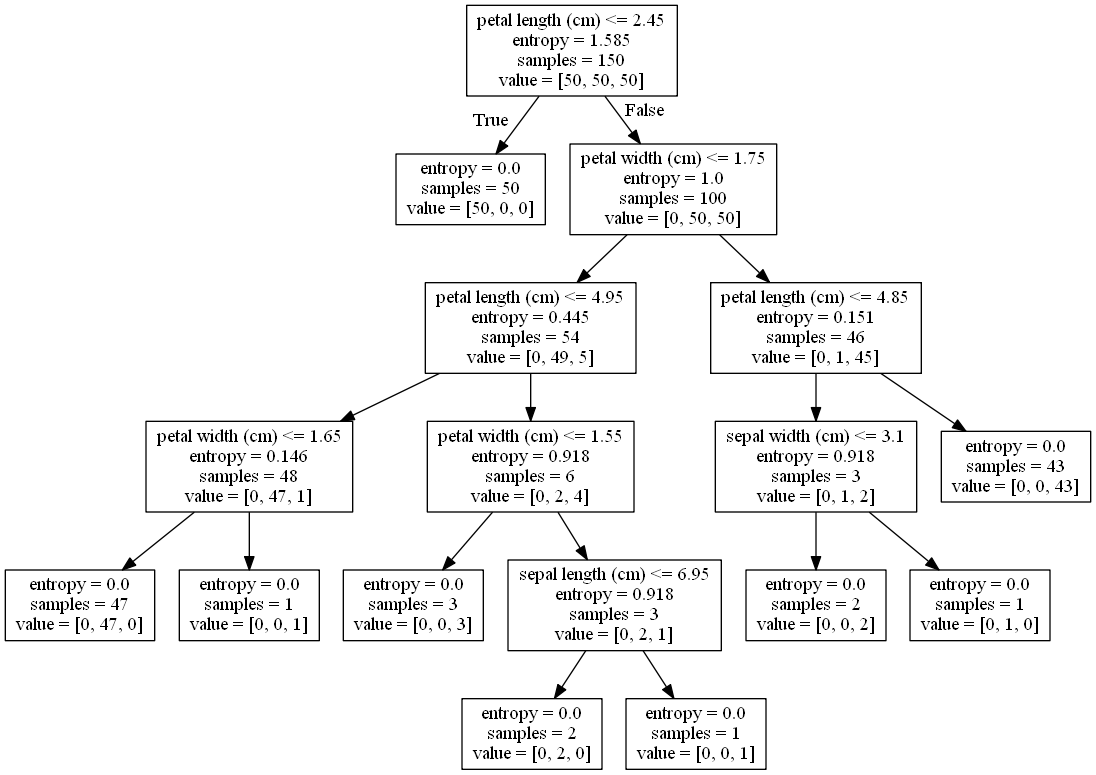
dionsaputra/Scikit-Exploration keeps this Graphviz diagram as dt_ft_model.png. Above is the earlier version. Its source is kept beside it as dt_ft_model.dot.
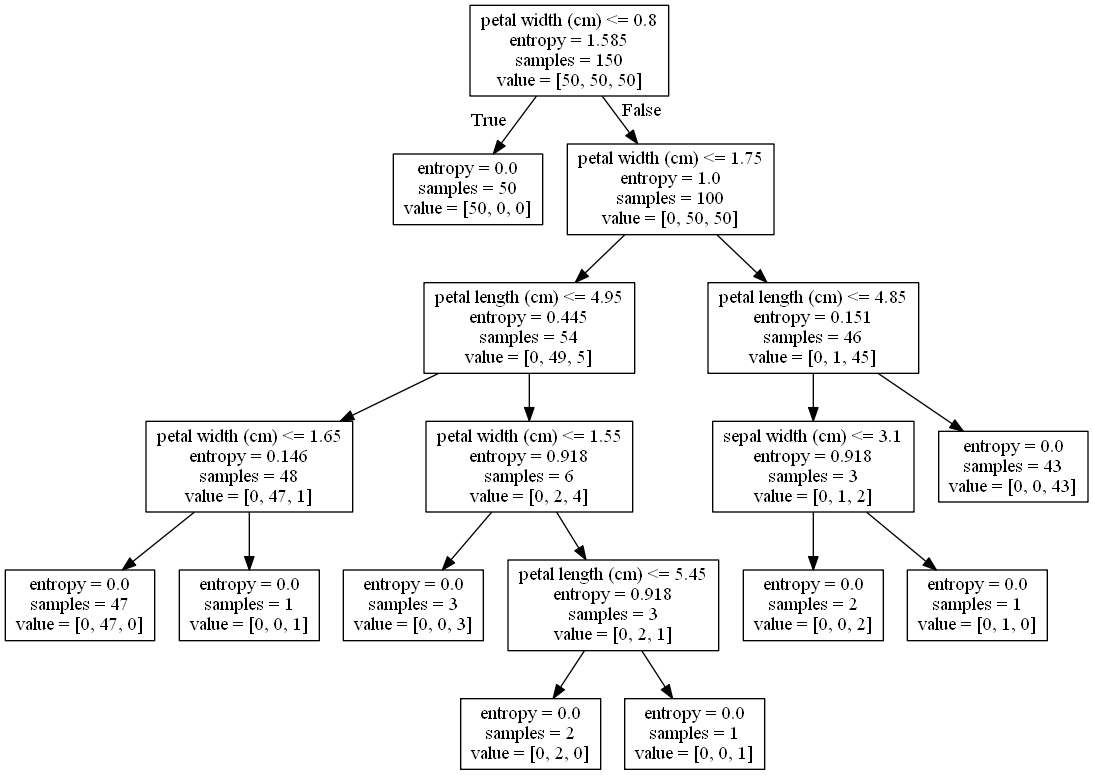
After the change.

Diff of the diagram source:
```diff
@@ -1,6 +1,6 @@
 digraph Tree {
 node [shape=box] ;
-0 [label="petal length (cm) <= 2.45\nentropy = 1.585\nsamples = 150\nvalue = [50, 50, 50]"] ;
+0 [label="petal width (cm) <= 0.8\nentropy = 1.585\nsamples = 150\nvalue = [50, 50, 50]"] ;
 1 [label="entropy = 0.0\nsamples = 50\nvalue = [50, 0, 0]"] ;
 0 -> 1 [labeldistance=2.5, labelangle=45, headlabel="True"] ;
 2 [label="petal width (cm) <= 1.75\nentropy = 1.0\nsamples = 100\nvalue = [0, 50, 50]"] ;
@@ -17,7 +17,7 @@
 3 -> 7 ;
 8 [label="entropy = 0.0\nsamples = 3\nvalue = [0, 0, 3]"] ;
 7 -> 8 ;
-9 [label="sepal length (cm) <= 6.95\nentropy = 0.918\nsamples = 3\nvalue = [0, 2, 1]"] ;
+9 [label="petal length (cm) <= 5.45\nentropy = 0.918\nsamples = 3\nvalue = [0, 2, 1]"] ;
 7 -> 9 ;
 10 [label="entropy = 0.0\nsamples = 2\nvalue = [0, 2, 0]"] ;
 9 -> 10 ;
```
